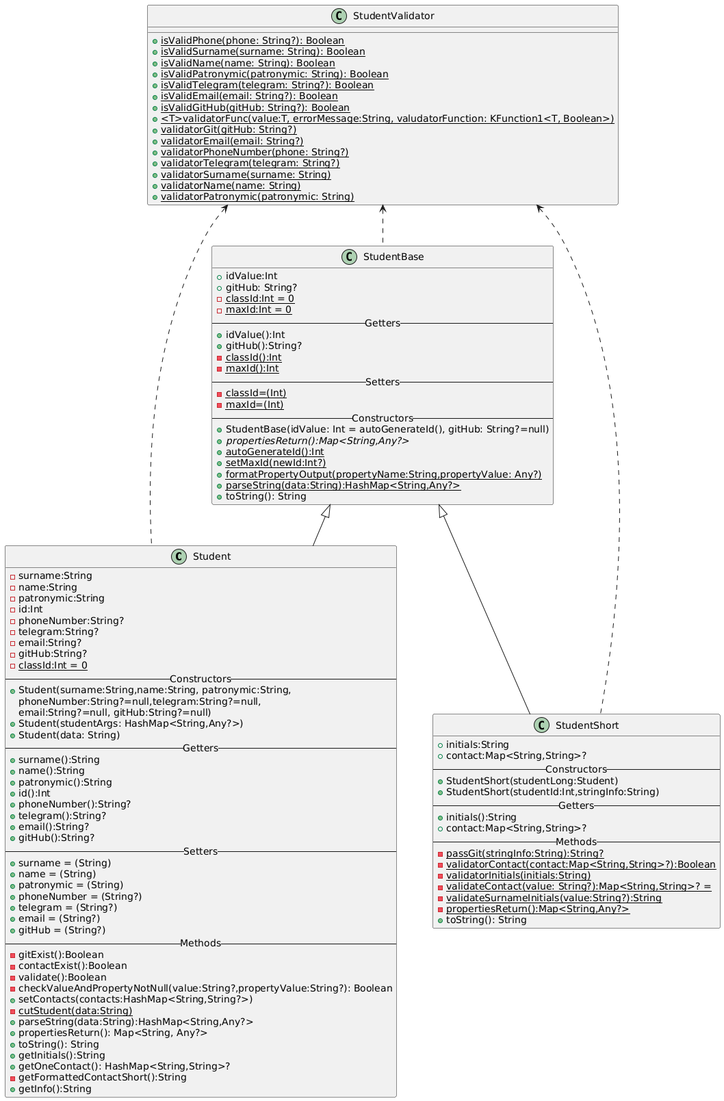
Earlier version of the PlantUML export lab2/Class_diagram.png (ArtKV1/Patterns).
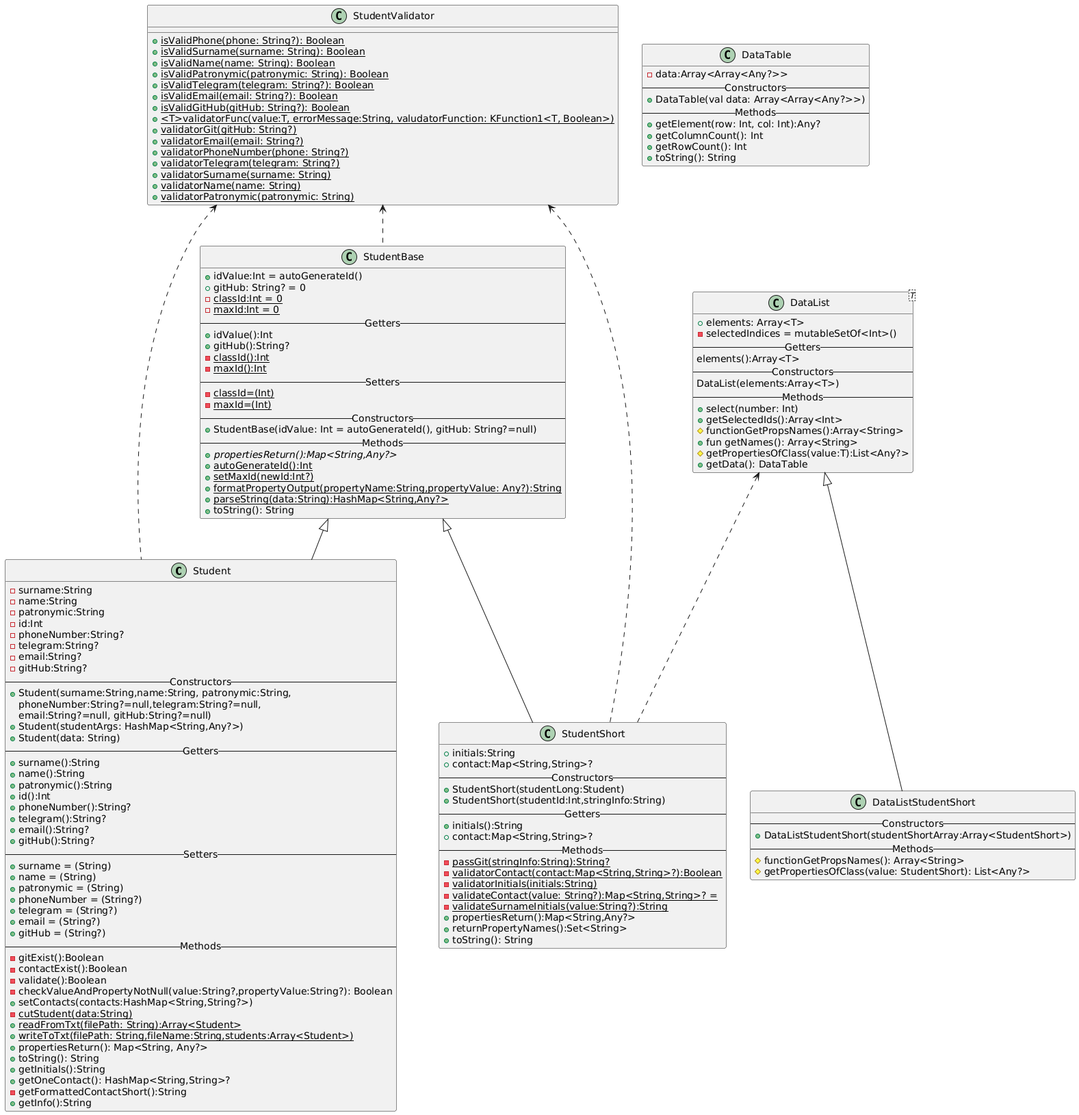
Above is the later version.

Commit message:
Lab 2. Task 19. Изменение UML-схемы и в классе DataList методы сделаны protected

Change to the diagram source:
```diff
@@ -9,8 +9,7 @@
     -telegram:String?
     -email:String?
     -gitHub:String?
-    -{static} classId:Int = 0
-    --Constructors--
+   --Constructors--
     +Student(surname:String,name:String, patronymic:String,
        phoneNumber:String?=null,telegram:String?=null,
        email:String?=null, gitHub:String?=null)
@@ -40,7 +39,8 @@
     -checkValueAndPropertyNotNull(value:String?,propertyValue:String?): Boolean
     +setContacts(contacts:HashMap<String,String?>)
     -{static}cutStudent(data:String)
-    +parseString(data:String):HashMap<String,Any?>
+    +{static}readFromTxt(filePath: String):Array<Student>
+    +{static}writeToTxt(filePath: String,fileName:String,students:Array<Student>)
     +propertiesReturn(): Map<String, Any?>
     +toString(): String
     +getInitials():String
@@ -48,9 +48,10 @@
     -getFormattedContactShort():String
     +getInfo():String
 }
+
 class StudentBase{
-    +idValue:Int
-    +gitHub: String?
+    +idValue:Int = autoGenerateId()
+    +gitHub: String? = 0
     -{static} classId:Int = 0
     -{static} maxId:Int = 0
     --Getters--
@@ -63,13 +64,16 @@
     -{static} maxId=(Int)
     --Constructors--
     +StudentBase(idValue: Int = autoGenerateId(), gitHub: String?=null)
+    --Methods--
     +{abstract}propertiesReturn():Map<String,Any?>
     +{static}autoGenerateId():Int
     +{static}setMaxId(newId:Int?)
-    +{static}formatPropertyOutput(propertyName:String,propertyValue: Any?)
+ +{static}formatPropertyOutput(propertyName:String,propertyValue: Any?):String
     +{static}parseString(data:String):HashMap<String,Any?>
     +toString(): String
 }
+
+
 class StudentShort{
      +initials:String
      +contact:Map<String,String>?
@@ -85,9 +89,11 @@
      -{static}validatorInitials(initials:String)
      -{static}validateContact(value: String?):Map<String,String>? =
      -{static}validateSurnameInitials(value:String?):String
-     -{static}propertiesReturn():Map<String,Any?>
-      +toString(): String
+ +propertiesReturn():Map<String,Any?>
+     +returnPropertyNames():Set<String>
+     +toString(): String
 }
+
 class StudentValidator{
         +{static} isValidPhone(phone: String?): Boolean
         +{static} isValidSurname(surname: String): Boolean
@@ -105,9 +111,44 @@
         +{static} validatorName(name: String)
         +{static} validatorPatronymic(patronymic: String)
 }
+
+class DataTable{
+    -data:Array<Array<Any?>>
+    --Constructors--
+    +DataTable(val data: Array<Array<Any?>>)
+    --Methods--
+    +getElement(row: Int, col: Int):Any?
+    +getColumnCount(): Int
+    +getRowCount(): Int
+    +toString(): String
+}
+class DataList<T>{
+    +elements: Array<T>
+    -selectedIndices = mutableSetOf<Int>()
+    --Getters--
+    elements():Array<T>
+    --Constructors--
+    DataList(elements:Array<T>)
+    --Methods--
+    +select(number: Int)
+    +getSelectedIds():Array<Int>
+    #functionGetPropsNames():Array<String>
+    +fun getNames(): Array<String>
+    #getPropertiesOfClass(value:T):List<Any?>
+    +getData(): DataTable
+}
+class DataListStudentShort{
+    --Constructors--
+    +DataListStudentShort(studentShortArray:Array<StudentShort>)
+    --Methods--
+    #functionGetPropsNames(): Array<String>
+    #getPropertiesOfClass(value: StudentShort): List<Any?>
+}
 StudentValidator <.. Student
 StudentValidator <.. StudentBase
 StudentValidator <.. StudentShort
 StudentBase<|-- Student
 StudentBase<|--StudentShort
+DataList <|-- DataListStudentShort
+DataList <.. StudentShort
 @enduml
```
